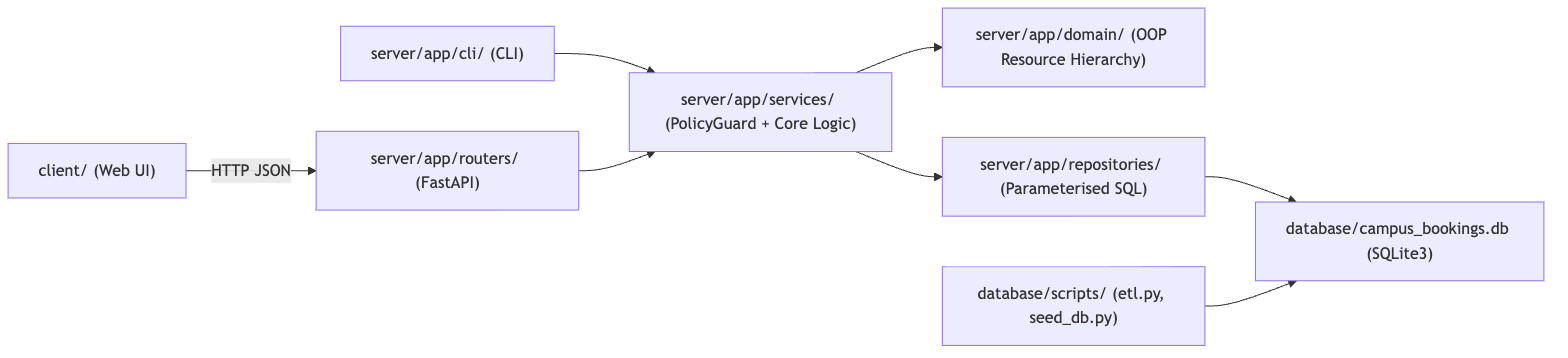
huutrungle2001/WM9QF_AI_Programming_A1 keeps this Mermaid diagram as docs/design/diagrams/dependency_flow.png. Above is the earlier version. Its source is kept beside it as docs/design/diagrams/dependency_flow.mmd.
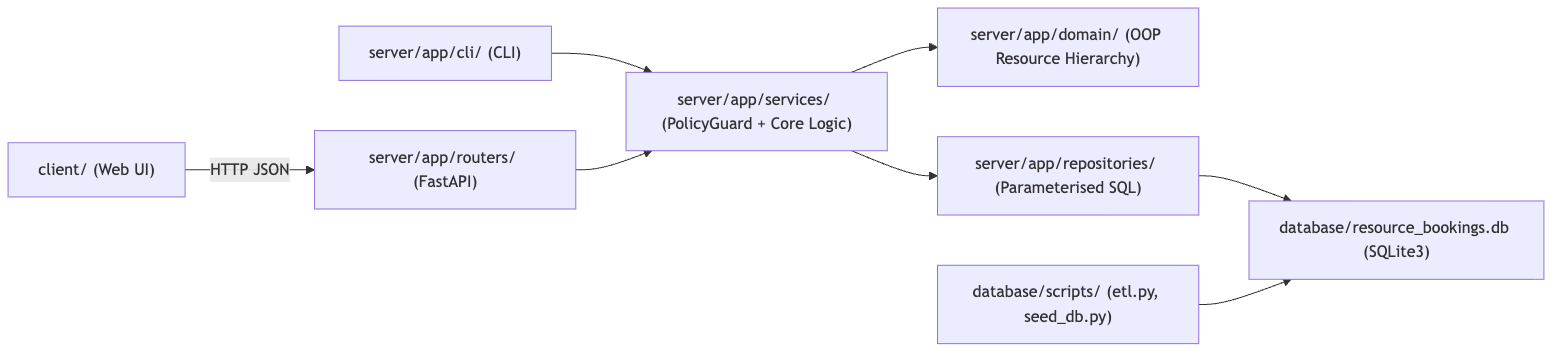
After the change.

What changed in the source:
```diff
@@ -4,5 +4,5 @@
     Routers --> Services["server/app/services/ (PolicyGuard + Core Logic)"]
     Services --> Domain["server/app/domain/ (OOP Resource Hierarchy)"]
     Services --> Repos["server/app/repositories/ (Parameterised SQL)"]
-    Repos --> DB["database/campus_bookings.db (SQLite3)"]
+    Repos --> DB["database/resource_bookings.db (SQLite3)"]
     ETL["database/scripts/ (etl.py, seed_db.py)"] --> DB
```
